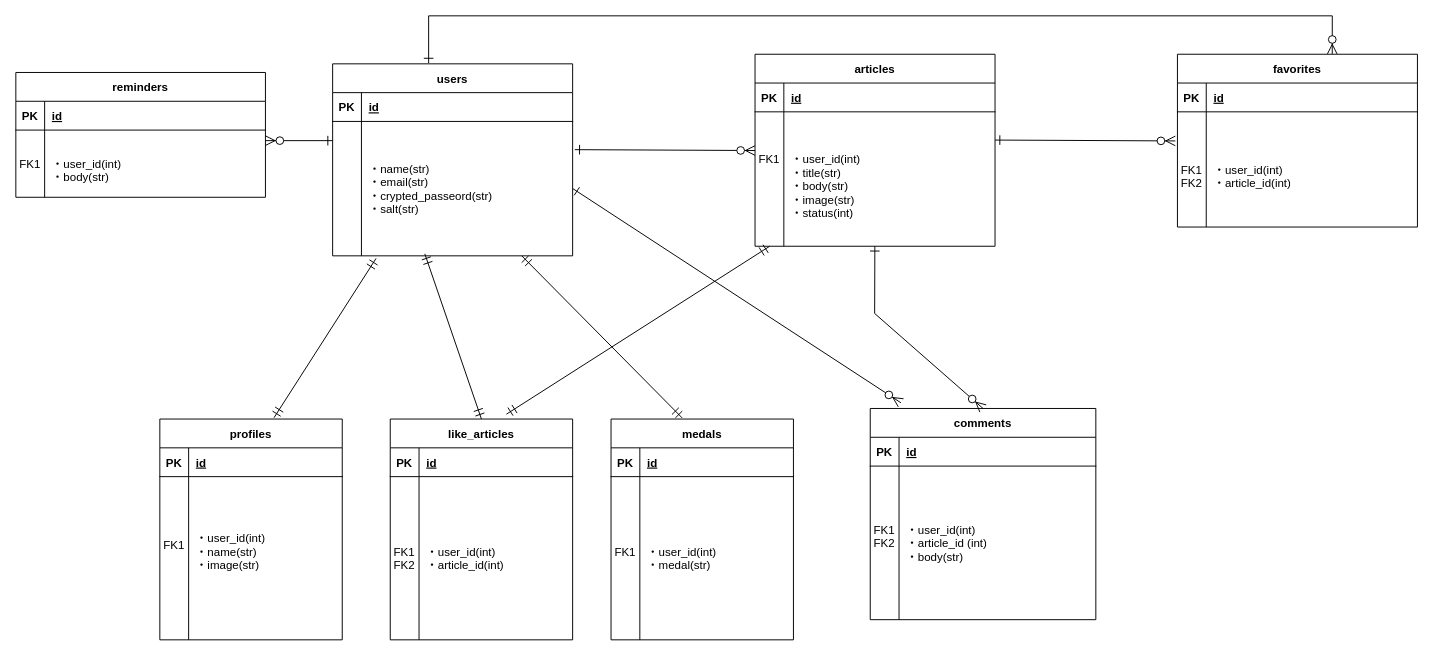
s17w09/Entity-Relationship-Diagram keeps this draw.io diagram as 名称未設定ファイル.drawio. Above is the earlier version. Source tidied: cells renumbered, new cells numbered last; positions are measured from the earlier drawing's top-left corner, leaving out a move shared by most shapes. Both pictures are drawn from the tidied source at 96%, with x=0, y=0 at pixel (15, 15).
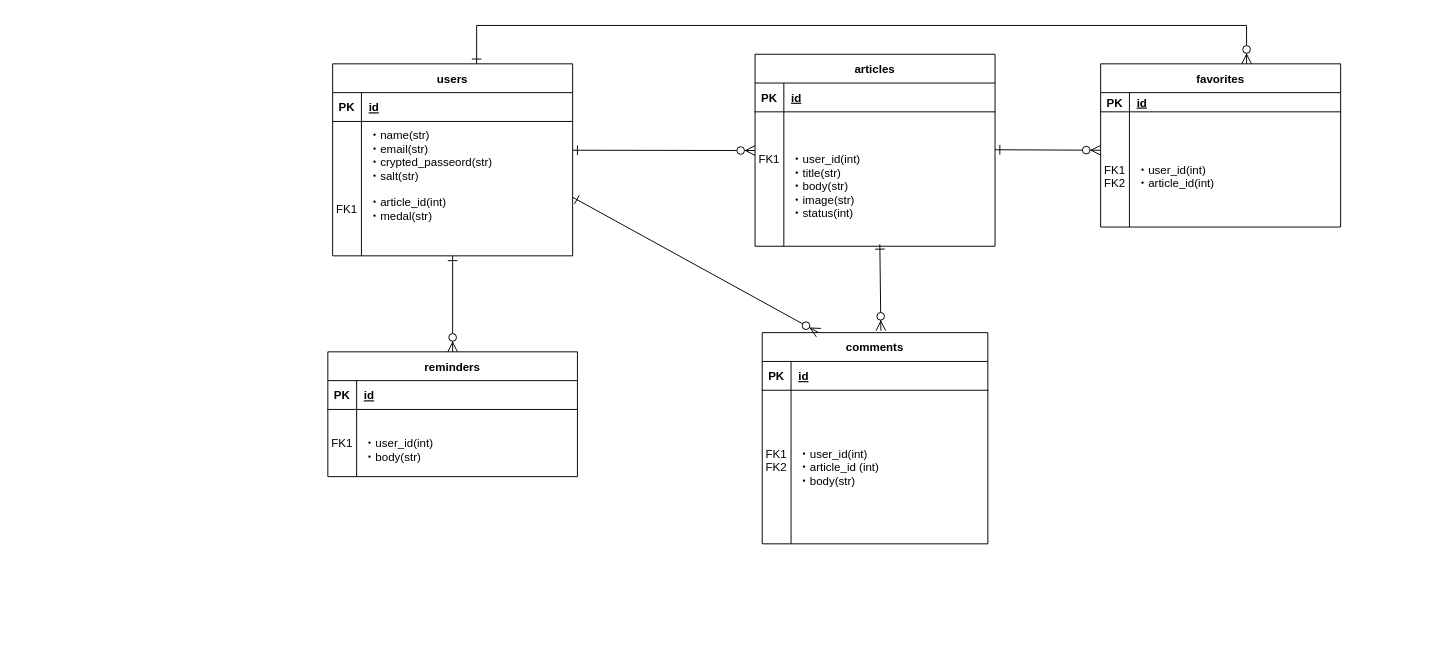
The same page after the edit.

Commit message:
名称未設定ファイル.drawio を更新します

The change refers to these unchanged cells:
```xml
<mxCell id="6" style="shape=partialRectangle;fillColor=none;points=[[0,0.5],[1,0.5]];portConstraint=eastwest;top=0;left=0;right=0;bottom=0;" parent="2" vertex="1">
  <mxGeometry y="60" width="250" height="140" as="geometry" />
</mxCell>
<mxCell id="9" value="users" style="shape=table;startSize=30;childLayout=tableLayout;rowLines=0;fontStyle=1;align=center;" parent="1" vertex="1">
  <mxGeometry x="330" y="50" width="250" height="200" as="geometry" />
</mxCell>
<mxCell id="13" style="shape=partialRectangle;fillColor=none;points=[[0,0.5],[1,0.5]];portConstraint=eastwest;top=0;left=0;right=0;bottom=0;" parent="9" vertex="1">
  <mxGeometry y="60" width="250" height="140" as="geometry" />
</mxCell>
```

What changed in the source:
```diff
@@
-    <mxCell id="14" style="shape=partialRectangle;overflow=hidden;fillColor=none;top=0;left=0;bottom=0;right=0;" parent="13" vertex="1">
+    <mxCell id="14" value="&#10;&#10;&#10;FK1" style="shape=partialRectangle;overflow=hidden;fillColor=none;top=0;left=0;bottom=0;right=0;" parent="13" vertex="1">
       <mxGeometry width="30" height="140" as="geometry" />
     </mxCell>
-    <mxCell id="15" value="・name(str)&#10;・email(str)&#10;・crypted_passeord(str)&#10;・salt(str)" style="shape=partialRectangle;overflow=hidden;fillColor=none;top=0;left=0;bottom=0;right=0;align=left;spacingLeft=6;" parent="13" vertex="1">
+    <mxCell id="15" value="・name(str)&#10;・email(str)&#10;・crypted_passeord(str)&#10;・salt(str)&#10;&#10;・article_id(int)&#10;・medal(str)&#10;&#10;" style="shape=partialRectangle;overflow=hidden;fillColor=none;top=0;left=0;bottom=0;right=0;align=left;spacingLeft=6;" parent="13" vertex="1">
       <mxGeometry x="30" width="220" height="140" as="geometry" />
     </mxCell>
     <mxCell id="16" value="favorites" style="shape=table;startSize=30;childLayout=tableLayout;rowLines=0;fontStyle=1;align=center;" parent="1" vertex="1">
-      <mxGeometry x="1210" y="40" width="250" height="180" as="geometry" />
+      <mxGeometry x="1130" y="50" width="250" height="170" as="geometry" />
     </mxCell>
     <mxCell id="17" style="shape=partialRectangle;fillColor=none;top=0;left=0;right=0;bottom=1;" parent="16" vertex="1">
-      <mxGeometry y="30" width="250" height="30" as="geometry" />
+      <mxGeometry y="30" width="250" height="20" as="geometry" />
     </mxCell>
     <mxCell id="18" value="PK" style="shape=partialRectangle;overflow=hidden;fillColor=none;top=0;left=0;bottom=0;right=0;fontStyle=1;" parent="17" vertex="1">
-      <mxGeometry width="30" height="30" as="geometry" />
+      <mxGeometry width="30" height="20" as="geometry" />
     </mxCell>
     <mxCell id="19" value="id" style="shape=partialRectangle;overflow=hidden;fillColor=none;top=0;left=0;bottom=0;right=0;align=left;spacingLeft=6;fontStyle=5;" parent="17" vertex="1">
-      <mxGeometry x="30" width="220" height="30" as="geometry" />
+      <mxGeometry x="30" width="220" height="20" as="geometry" />
     </mxCell>
     <mxCell id="20" style="shape=partialRectangle;fillColor=none;top=0;left=0;right=0;bottom=0;" parent="16" vertex="1">
-      <mxGeometry y="60" width="250" height="120" as="geometry" />
+      <mxGeometry y="50" width="250" height="120" as="geometry" />
     </mxCell>
@@
     <mxCell id="23" value="reminders" style="shape=table;startSize=30;childLayout=tableLayout;rowLines=0;fontStyle=1;align=center;" parent="1" vertex="1">
-      <mxGeometry y="59" width="260" height="130" as="geometry" />
+      <mxGeometry x="325" y="350" width="260" height="130" as="geometry" />
     </mxCell>
@@
     <mxCell id="30" value="comments" style="shape=table;startSize=30;childLayout=tableLayout;rowLines=0;fontStyle=1;align=center;" parent="1" vertex="1">
-      <mxGeometry x="890" y="409" width="235" height="220" as="geometry" />
+      <mxGeometry x="777.5" y="330" width="235" height="220" as="geometry" />
     </mxCell>
@@
-    <mxCell id="37" value="profiles" style="shape=table;startSize=30;childLayout=tableLayout;rowLines=0;fontStyle=1;align=center;" parent="1" vertex="1">
-      <mxGeometry x="150" y="420" width="190" height="230" as="geometry" />
-    </mxCell>
-    <mxCell id="38" style="shape=partialRectangle;fillColor=none;top=0;left=0;right=0;bottom=1;" parent="37" vertex="1">
-      <mxGeometry y="30" width="190" height="30" as="geometry" />
-    </mxCell>
-    <mxCell id="39" value="PK" style="shape=partialRectangle;overflow=hidden;fillColor=none;top=0;left=0;bottom=0;right=0;fontStyle=1;" parent="38" vertex="1">
-      <mxGeometry width="30" height="30" as="geometry" />
-    </mxCell>
-    <mxCell id="40" value="id" style="shape=partialRectangle;overflow=hidden;fillColor=none;top=0;left=0;bottom=0;right=0;align=left;spacingLeft=6;fontStyle=5;" parent="38" vertex="1">
-      <mxGeometry x="30" width="160" height="30" as="geometry" />
-    </mxCell>
-    <mxCell id="41" style="shape=partialRectangle;fillColor=none;top=0;left=0;right=0;bottom=0;" parent="37" vertex="1">
-      <mxGeometry y="60" width="190" height="170" as="geometry" />
-    </mxCell>
-    <mxCell id="42" value="&#10;FK1&#10;&#10;&#10;" style="shape=partialRectangle;overflow=hidden;fillColor=none;top=0;left=0;bottom=0;right=0;" parent="41" vertex="1">
-      <mxGeometry width="30" height="170" as="geometry" />
-    </mxCell>
-    <mxCell id="43" value="・user_id(int)&#10;・name(str)&#10;・image(str)&#10;" style="shape=partialRectangle;overflow=hidden;fillColor=none;top=0;left=0;bottom=0;right=0;align=left;spacingLeft=6;" parent="41" vertex="1">
-      <mxGeometry x="30" width="160" height="170" as="geometry" />
-    </mxCell>
-    <mxCell id="44" style="fontSize=12;html=1;endArrow=ERzeroToMany;startArrow=ERone;rounded=0;startSize=8;endSize=8;elbow=vertical;startFill=0;entryX=-0.008;entryY=0.591;entryDx=0;entryDy=0;exitX=1;exitY=0.5;exitDx=0;exitDy=0;entryPerimeter=0;" parent="1" edge="1">
+    <mxCell id="44" style="fontSize=12;html=1;endArrow=ERzeroToMany;startArrow=ERone;rounded=0;startSize=8;endSize=8;elbow=vertical;startFill=0;entryX=-0.008;entryY=0.591;entryDx=0;entryDy=0;entryPerimeter=0;" parent="1" edge="1">
       <mxGeometry relative="1" as="geometry">
-        <mxPoint x="582.2" y="139.4" as="sourcePoint" />
+        <mxPoint x="580" y="140" as="sourcePoint" />
         <mxPoint x="770" y="140.3" as="targetPoint" />
       </mxGeometry>
     </mxCell>
-    <mxCell id="45" style="fontSize=12;html=1;endArrow=ERzeroToMany;startArrow=ERone;rounded=0;startSize=8;endSize=8;elbow=vertical;startFill=0;entryX=0.5;entryY=0;entryDx=0;entryDy=0;exitX=1;exitY=0.5;exitDx=0;exitDy=0;" parent="1" edge="1" target="30">
-      <mxGeometry relative="1" as="geometry">
-        <mxPoint x="894.8" y="240" as="sourcePoint" />
-        <Array as="points">
-          <mxPoint x="894.6" y="310" />
-        </Array>
-      </mxGeometry>
-    </mxCell>
-    <mxCell id="46" style="fontSize=12;html=1;endArrow=ERzeroToMany;startArrow=ERone;rounded=0;startSize=8;endSize=8;elbow=vertical;startFill=0;entryX=-0.008;entryY=0.591;entryDx=0;entryDy=0;exitX=1;exitY=0.5;exitDx=0;exitDy=0;entryPerimeter=0;" parent="1" edge="1">
-      <mxGeometry relative="1" as="geometry">
-        <mxPoint x="1020" y="129.4" as="sourcePoint" />
-        <mxPoint x="1207.8" y="130.3" as="targetPoint" />
-      </mxGeometry>
-    </mxCell>
-    <mxCell id="47" style="fontSize=12;html=1;endArrow=ERzeroToMany;startArrow=ERone;rounded=0;startSize=8;endSize=8;startFill=0;edgeStyle=orthogonalEdgeStyle;entryX=0.645;entryY=-0.002;entryDx=0;entryDy=0;entryPerimeter=0;elbow=vertical;exitX=0.4;exitY=-0.004;exitDx=0;exitDy=0;exitPerimeter=0;" parent="1" edge="1" source="9" target="16">
-      <mxGeometry relative="1" as="geometry">
-        <Array as="points">
-          <mxPoint x="430" />
-          <mxPoint x="1371" />
-        </Array>
-      </mxGeometry>
-    </mxCell>
-    <mxCell id="48" style="fontSize=12;html=1;endArrow=ERzeroToMany;startArrow=ERone;rounded=0;startSize=8;endSize=8;elbow=vertical;startFill=0;" parent="1" edge="1">
+    <mxCell id="48" style="fontSize=12;html=1;endArrow=ERzeroToMany;startArrow=ERone;rounded=0;startSize=8;endSize=8;elbow=vertical;startFill=0;entryX=0.5;entryY=0;entryDx=0;entryDy=0;" parent="1" edge="1" target="23">
       <mxGeometry relative="1" as="geometry">
-        <mxPoint x="330" y="130" as="sourcePoint" />
-        <mxPoint x="260" y="130" as="targetPoint" />
+        <mxPoint x="455" y="250" as="sourcePoint" />
       </mxGeometry>
     </mxCell>
-    <mxCell id="49" style="fontSize=12;html=1;endArrow=ERmandOne;startArrow=ERmandOne;rounded=0;startSize=8;endSize=8;entryX=0.181;entryY=1.019;entryDx=0;entryDy=0;entryPerimeter=0;exitX=0.626;exitY=-0.006;exitDx=0;exitDy=0;exitPerimeter=0;" parent="1" edge="1" source="37" target="13">
-      <mxGeometry relative="1" as="geometry" />
-    </mxCell>
-    <mxCell id="50" value="like_articles" style="shape=table;startSize=30;childLayout=tableLayout;rowLines=0;fontStyle=1;align=center;" parent="1" vertex="1">
-      <mxGeometry x="390" y="420" width="190" height="230" as="geometry" />
-    </mxCell>
-    <mxCell id="51" style="shape=partialRectangle;fillColor=none;top=0;left=0;right=0;bottom=1;" parent="50" vertex="1">
-      <mxGeometry y="30" width="190" height="30" as="geometry" />
-    </mxCell>
-    <mxCell id="52" value="PK" style="shape=partialRectangle;overflow=hidden;fillColor=none;top=0;left=0;bottom=0;right=0;fontStyle=1;" parent="51" vertex="1">
-      <mxGeometry width="30" height="30" as="geometry" />
-    </mxCell>
-    <mxCell id="53" value="id" style="shape=partialRectangle;overflow=hidden;fillColor=none;top=0;left=0;bottom=0;right=0;align=left;spacingLeft=6;fontStyle=5;" parent="51" vertex="1">
-      <mxGeometry x="30" width="160" height="30" as="geometry" />
-    </mxCell>
-    <mxCell id="54" style="shape=partialRectangle;fillColor=none;top=0;left=0;right=0;bottom=0;" parent="50" vertex="1">
-      <mxGeometry y="60" width="190" height="170" as="geometry" />
-    </mxCell>
-    <mxCell id="55" value="FK1&#10;FK2" style="shape=partialRectangle;overflow=hidden;fillColor=none;top=0;left=0;bottom=0;right=0;" parent="54" vertex="1">
-      <mxGeometry width="30" height="170" as="geometry" />
-    </mxCell>
-    <mxCell id="56" value="・user_id(int)&#10;・article_id(int)" style="shape=partialRectangle;overflow=hidden;fillColor=none;top=0;left=0;bottom=0;right=0;align=left;spacingLeft=6;" parent="54" vertex="1">
-      <mxGeometry x="30" width="160" height="170" as="geometry" />
-    </mxCell>
-    <mxCell id="57" value="medals" style="shape=table;startSize=30;childLayout=tableLayout;rowLines=0;fontStyle=1;align=center;" parent="1" vertex="1">
-      <mxGeometry x="620" y="420" width="190" height="230" as="geometry" />
-    </mxCell>
-    <mxCell id="58" style="shape=partialRectangle;fillColor=none;top=0;left=0;right=0;bottom=1;" parent="57" vertex="1">
-      <mxGeometry y="30" width="190" height="30" as="geometry" />
-    </mxCell>
-    <mxCell id="59" value="PK" style="shape=partialRectangle;overflow=hidden;fillColor=none;top=0;left=0;bottom=0;right=0;fontStyle=1;" parent="58" vertex="1">
-      <mxGeometry width="30" height="30" as="geometry" />
-    </mxCell>
-    <mxCell id="60" value="id" style="shape=partialRectangle;overflow=hidden;fillColor=none;top=0;left=0;bottom=0;right=0;align=left;spacingLeft=6;fontStyle=5;" parent="58" vertex="1">
-      <mxGeometry x="30" width="160" height="30" as="geometry" />
-    </mxCell>
-    <mxCell id="61" style="shape=partialRectangle;fillColor=none;top=0;left=0;right=0;bottom=0;" parent="57" vertex="1">
-      <mxGeometry y="60" width="190" height="170" as="geometry" />
-    </mxCell>
-    <mxCell id="62" value="&#10;FK1&#10;&#10;" style="shape=partialRectangle;overflow=hidden;fillColor=none;top=0;left=0;bottom=0;right=0;" parent="61" vertex="1">
-      <mxGeometry width="30" height="170" as="geometry" />
-    </mxCell>
-    <mxCell id="63" value="&#10;・user_id(int)&#10;・medal(str)&#10;" style="shape=partialRectangle;overflow=hidden;fillColor=none;top=0;left=0;bottom=0;right=0;align=left;spacingLeft=6;" parent="61" vertex="1">
-      <mxGeometry x="30" width="160" height="170" as="geometry" />
-    </mxCell>
-    <mxCell id="64" style="fontSize=12;html=1;endArrow=ERmandOne;startArrow=ERmandOne;rounded=0;startSize=8;endSize=8;entryX=0.384;entryY=0.985;entryDx=0;entryDy=0;entryPerimeter=0;exitX=0.5;exitY=0;exitDx=0;exitDy=0;" parent="1" edge="1" source="50" target="13">
-      <mxGeometry relative="1" as="geometry" />
-    </mxCell>
-    <mxCell id="65" style="fontSize=12;html=1;endArrow=ERmandOne;startArrow=ERmandOne;rounded=0;startSize=8;endSize=8;entryX=0.504;entryY=1;entryDx=0;entryDy=0;entryPerimeter=0;exitX=0.39;exitY=-0.005;exitDx=0;exitDy=0;exitPerimeter=0;" parent="1" edge="1" source="57">
-      <mxGeometry relative="1" as="geometry">
-        <mxPoint x="527" y="250" as="targetPoint" />
-      </mxGeometry>
-    </mxCell>
-    <mxCell id="66" style="fontSize=12;html=1;endArrow=ERzeroToMany;startArrow=ERone;rounded=0;startSize=8;endSize=8;elbow=vertical;startFill=0;entryX=0.136;entryY=-0.027;entryDx=0;entryDy=0;exitX=1;exitY=0.5;exitDx=0;exitDy=0;entryPerimeter=0;" parent="1" edge="1" target="30">
-      <mxGeometry relative="1" as="geometry">
-        <mxPoint x="580.2" y="180" as="sourcePoint" />
-      </mxGeometry>
-    </mxCell>
-    <mxCell id="67" style="fontSize=12;html=1;endArrow=ERmandOne;startArrow=ERmandOne;rounded=0;startSize=8;endSize=8;exitX=0.637;exitY=-0.022;exitDx=0;exitDy=0;exitPerimeter=0;" parent="1" edge="1" source="50" target="6">
-      <mxGeometry relative="1" as="geometry" />
-    </mxCell>
+    <mxCell id="68" style="fontSize=12;html=1;endArrow=ERzeroToMany;startArrow=ERone;rounded=0;startSize=8;endSize=8;elbow=vertical;startFill=0;entryX=0.543;entryY=-0.009;entryDx=0;entryDy=0;exitX=0.536;exitY=0.986;exitDx=0;exitDy=0;entryPerimeter=0;exitPerimeter=0;" parent="1" edge="1">
+      <mxGeometry relative="1" as="geometry">
+        <mxPoint x="900" y="238" as="sourcePoint" />
+        <mxPoint x="901.1" y="328" as="targetPoint" />
+      </mxGeometry>
+    </mxCell>
+    <mxCell id="69" style="fontSize=12;html=1;endArrow=ERzeroToMany;startArrow=ERone;rounded=0;startSize=8;endSize=8;elbow=vertical;startFill=0;entryX=0.25;entryY=0;entryDx=0;entryDy=0;exitX=0.536;exitY=0.986;exitDx=0;exitDy=0;exitPerimeter=0;" parent="1" edge="1" target="30">
+      <mxGeometry relative="1" as="geometry">
+        <mxPoint x="580" y="189" as="sourcePoint" />
+      </mxGeometry>
+    </mxCell>
+    <mxCell id="70" style="fontSize=12;html=1;endArrow=ERzeroToMany;startArrow=ERone;rounded=0;startSize=8;endSize=8;elbow=vertical;startFill=0;" parent="1" edge="1">
+      <mxGeometry relative="1" as="geometry">
+        <mxPoint x="1020" y="139.5" as="sourcePoint" />
+        <mxPoint x="1130" y="140" as="targetPoint" />
+      </mxGeometry>
+    </mxCell>
+    <mxCell id="71" style="fontSize=12;html=1;endArrow=ERzeroToMany;startArrow=ERone;rounded=0;startSize=8;endSize=8;startFill=0;edgeStyle=elbowEdgeStyle;entryX=0.472;entryY=0.006;entryDx=0;entryDy=0;entryPerimeter=0;elbow=vertical;" parent="1" edge="1">
+      <mxGeometry relative="1" as="geometry">
+        <mxPoint x="480" y="50" as="sourcePoint" />
+        <mxPoint x="1282" y="50" as="targetPoint" />
+        <Array as="points">
+          <mxPoint x="880" y="10" />
+        </Array>
+      </mxGeometry>
+    </mxCell>
```
